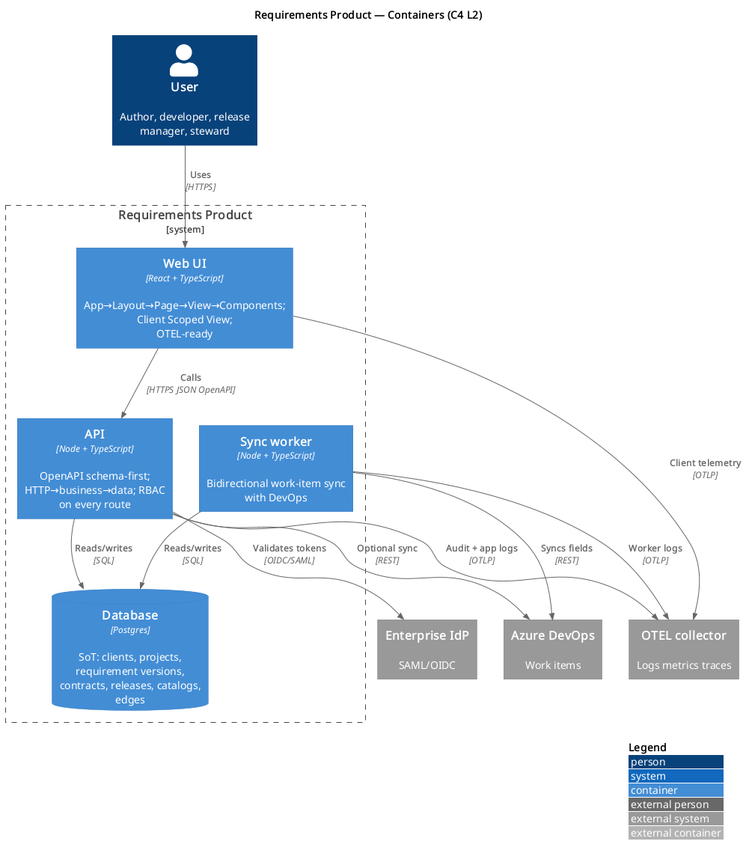
Before: docs/design/c4/L2-containers.png, a diagram exported from PlantUML (danrabydev/sdoc-intake). Its diagram source:
```plantuml
@startuml L2-containers
!include https://raw.githubusercontent.com/plantuml-stdlib/C4-PlantUML/master/C4_Container.puml

LAYOUT_WITH_LEGEND()

title Requirements Product — Containers (C4 L2)

Person(user, "User", "Author, developer, release manager, steward")

System_Boundary(reqprod, "Requirements Product") {
  Container(web, "Web UI", "React + TypeScript", "App→Layout→Page→View→Components; Client Scoped View; OTEL-ready")
  Container(api, "API", "Node + TypeScript", "OpenAPI schema-first; HTTP→business→data; RBAC on every route")
  Container(sync, "Sync worker", "Node + TypeScript", "Bidirectional work-item sync with DevOps")
  ContainerDb(db, "Database", "Postgres", "SoT: clients, projects, requirement versions, contracts, releases, catalogs, edges")
}

System_Ext(idp, "Enterprise IdP", "SAML/OIDC")
System_Ext(ado, "Azure DevOps", "Work items")
System_Ext(otel, "OTEL collector", "Logs metrics traces")

Rel(user, web, "Uses", "HTTPS")
Rel(web, api, "Calls", "HTTPS JSON OpenAPI")
Rel(api, db, "Reads/writes", "SQL")
Rel(sync, db, "Reads/writes", "SQL")
Rel(api, idp, "Validates tokens", "OIDC/SAML")
Rel(api, ado, "Optional sync", "REST")
Rel(sync, ado, "Syncs fields", "REST")
Rel(web, otel, "Client telemetry", "OTLP")
Rel(api, otel, "Audit + app logs", "OTLP")
Rel(sync, otel, "Worker logs", "OTLP")

@enduml
```
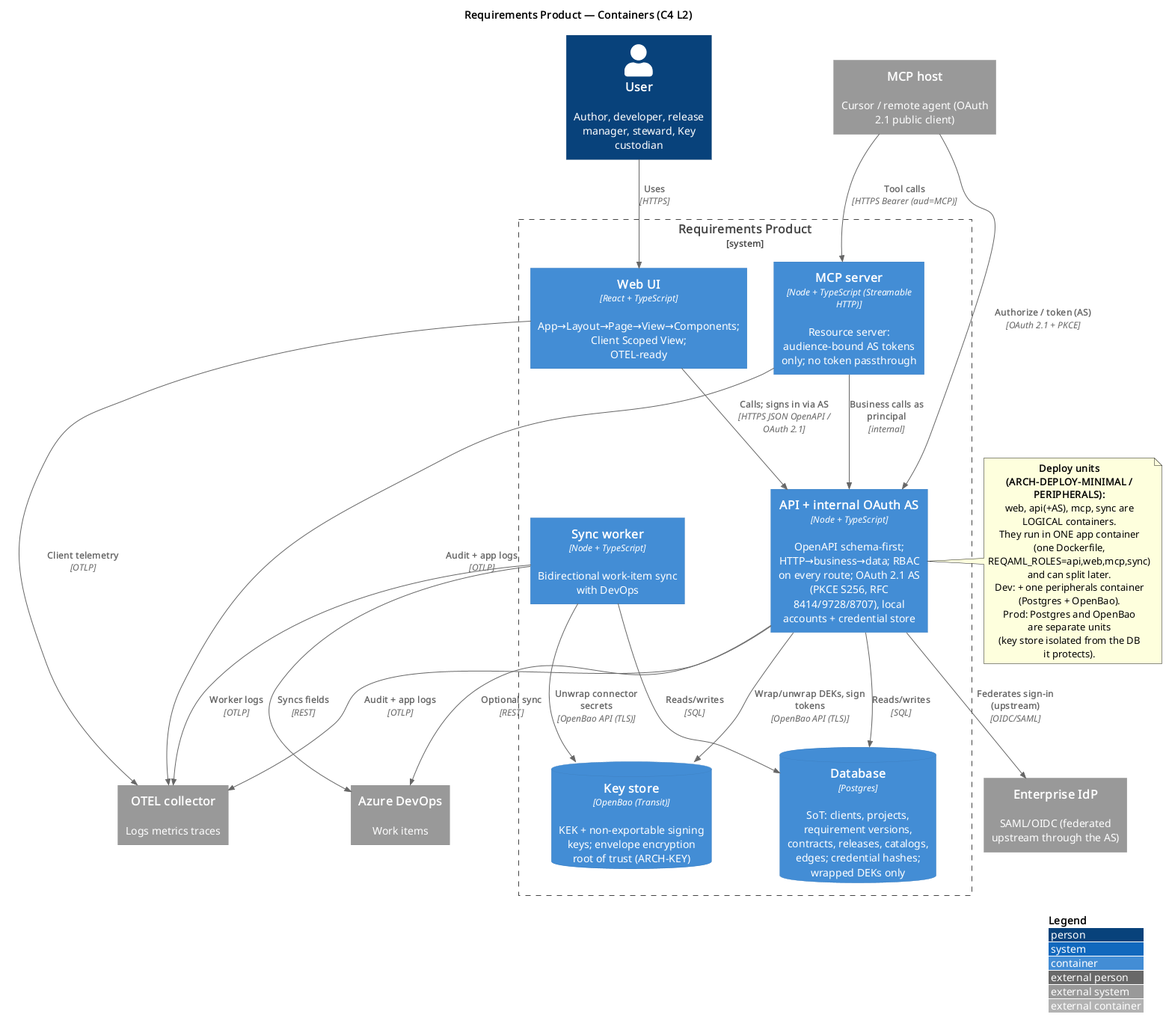
After the change.

Change to the diagram source:
```diff
@@ -5,28 +5,47 @@
 
 title Requirements Product — Containers (C4 L2)
 
-Person(user, "User", "Author, developer, release manager, steward")
+Person(user, "User", "Author, developer, release manager, steward, Key custodian")
+System_Ext(mcphost, "MCP host", "Cursor / remote agent (OAuth 2.1 public client)")
 
 System_Boundary(reqprod, "Requirements Product") {
   Container(web, "Web UI", "React + TypeScript", "App→Layout→Page→View→Components; Client Scoped View; OTEL-ready")
-  Container(api, "API", "Node + TypeScript", "OpenAPI schema-first; HTTP→business→data; RBAC on every route")
+  Container(api, "API + internal OAuth AS", "Node + TypeScript", "OpenAPI schema-first; HTTP→business→data; RBAC on every route; OAuth 2.1 AS (PKCE S256, RFC 8414/9728/8707), local accounts + credential store")
+  Container(mcp, "MCP server", "Node + TypeScript (Streamable HTTP)", "Resource server: audience-bound AS tokens only; no token passthrough")
   Container(sync, "Sync worker", "Node + TypeScript", "Bidirectional work-item sync with DevOps")
-  ContainerDb(db, "Database", "Postgres", "SoT: clients, projects, requirement versions, contracts, releases, catalogs, edges")
+  ContainerDb(db, "Database", "Postgres", "SoT: clients, projects, requirement versions, contracts, releases, catalogs, edges; credential hashes; wrapped DEKs only")
+  ContainerDb(kms, "Key store", "OpenBao (Transit)", "KEK + non-exportable signing keys; envelope encryption root of trust (ARCH-KEY)")
 }
 
-System_Ext(idp, "Enterprise IdP", "SAML/OIDC")
+System_Ext(idp, "Enterprise IdP", "SAML/OIDC (federated upstream through the AS)")
 System_Ext(ado, "Azure DevOps", "Work items")
 System_Ext(otel, "OTEL collector", "Logs metrics traces")
 
+note right of api
+  **Deploy units (ARCH-DEPLOY-MINIMAL / PERIPHERALS):**
+  web, api(+AS), mcp, sync are LOGICAL containers.
+  They run in ONE app container (one Dockerfile,
+  REQAML_ROLES=api,web,mcp,sync) and can split later.
+  Dev: + one peripherals container (Postgres + OpenBao).
+  Prod: Postgres and OpenBao are separate units
+  (key store isolated from the DB it protects).
+end note
+
 Rel(user, web, "Uses", "HTTPS")
-Rel(web, api, "Calls", "HTTPS JSON OpenAPI")
+Rel(web, api, "Calls; signs in via AS", "HTTPS JSON OpenAPI / OAuth 2.1")
+Rel(mcphost, mcp, "Tool calls", "HTTPS Bearer (aud=MCP)")
+Rel(mcphost, api, "Authorize / token (AS)", "OAuth 2.1 + PKCE")
+Rel(mcp, api, "Business calls as principal", "internal")
 Rel(api, db, "Reads/writes", "SQL")
 Rel(sync, db, "Reads/writes", "SQL")
-Rel(api, idp, "Validates tokens", "OIDC/SAML")
+Rel(api, kms, "Wrap/unwrap DEKs, sign tokens", "OpenBao API (TLS)")
+Rel(sync, kms, "Unwrap connector secrets", "OpenBao API (TLS)")
+Rel(api, idp, "Federates sign-in (upstream)", "OIDC/SAML")
 Rel(api, ado, "Optional sync", "REST")
 Rel(sync, ado, "Syncs fields", "REST")
 Rel(web, otel, "Client telemetry", "OTLP")
 Rel(api, otel, "Audit + app logs", "OTLP")
+Rel(mcp, otel, "Audit + app logs", "OTLP")
 Rel(sync, otel, "Worker logs", "OTLP")
 
 @enduml
```
